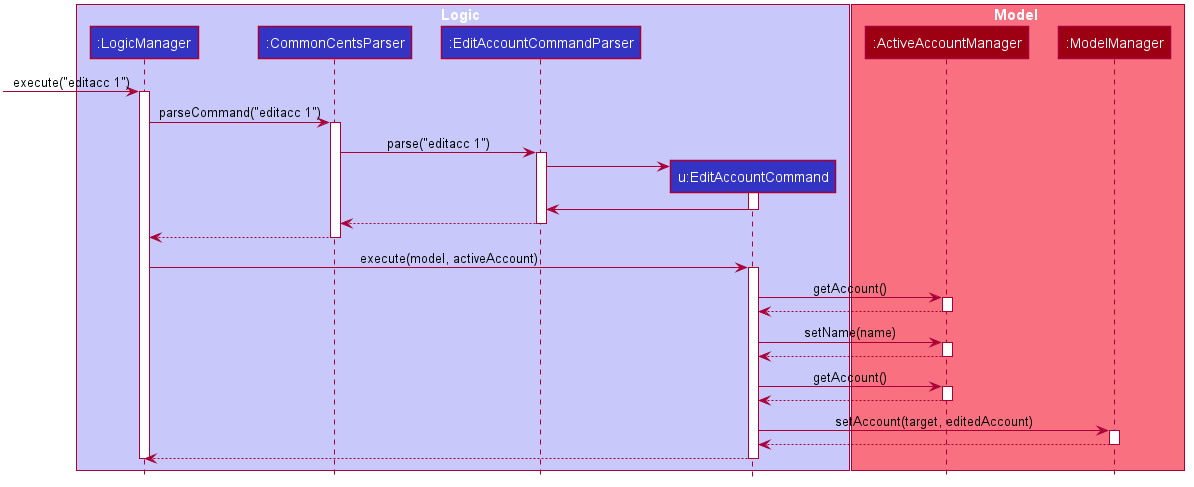
This is docs/images/EditAccountSequenceDiagram.png from nus-cs2103-AY2021S1/tp, a PlantUML export, as it was before one commit.
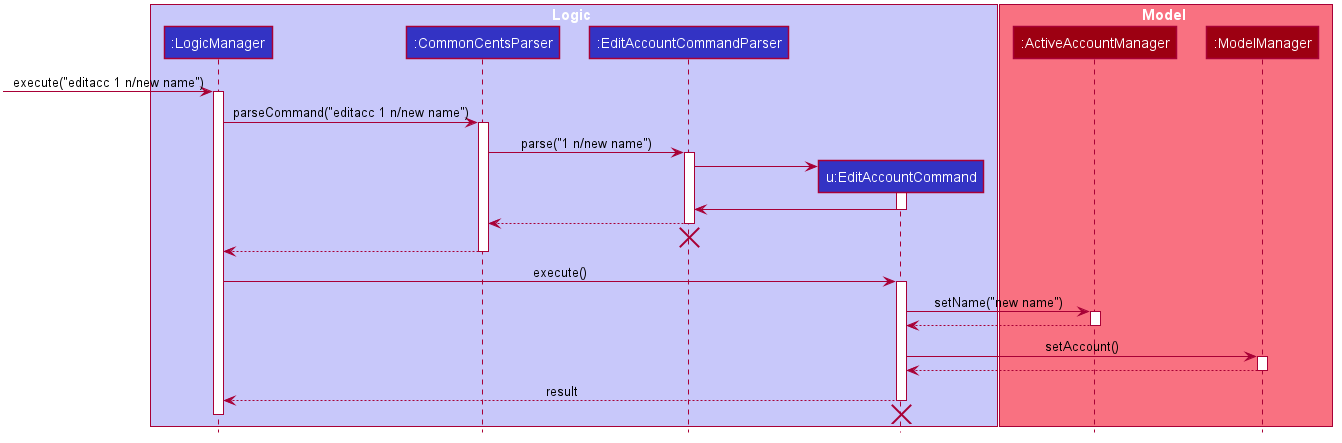
Later version of the same file.

What changed in the source:
```diff
@@ -62,13 +62,13 @@
 participant ":ModelManager" as Model #9D0012
 end box
 
-[-> LogicManager : execute("editacc 1")
+[-> LogicManager : execute("editacc 1 n/new name")
 activate LogicManager
 
-LogicManager -> CommonCentsParser: parseCommand("editacc 1")
+LogicManager -> CommonCentsParser: parseCommand("editacc 1 n/new name")
 activate CommonCentsParser
 
-CommonCentsParser -> EditAccountCommandParser: parse("editacc 1")
+CommonCentsParser -> EditAccountCommandParser: parse("1 n/new name")
 activate EditAccountCommandParser
 
 create EditAccountCommand
@@ -80,39 +80,31 @@
 
 EditAccountCommandParser --> CommonCentsParser
 deactivate EditAccountCommandParser
+EditAccountCommandParser -[hidden]-> CommonCentsParser
+destroy EditAccountCommandParser
 
 CommonCentsParser --> LogicManager
 deactivate CommonCentsParser
 
-LogicManager -> EditAccountCommand: execute(model, activeAccount)
+LogicManager -> EditAccountCommand: execute()
 activate EditAccountCommand
 
-EditAccountCommand -> ActiveAccount: getAccount()
+EditAccountCommand -> ActiveAccount: setName("new name")
 activate ActiveAccount
 
 ActiveAccount --> EditAccountCommand
 deactivate ActiveAccount
 
-EditAccountCommand -> ActiveAccount: setName(name)
-activate ActiveAccount
-
-ActiveAccount --> EditAccountCommand
-deactivate ActiveAccount
-
-EditAccountCommand -> ActiveAccount: getAccount()
-activate ActiveAccount
-
-ActiveAccount --> EditAccountCommand
-deactivate ActiveAccount
-
-EditAccountCommand -> Model: setAccount(target, editedAccount)
+EditAccountCommand -> Model: setAccount()
 activate Model
 
 Model --> EditAccountCommand
 deactivate Model
 
-EditAccountCommand --> LogicManager
+EditAccountCommand --> LogicManager : result
 deactivate EditAccountCommand
+EditAccountCommand -[hidden]-> LogicManager
+destroy EditAccountCommand
 
 deactivate LogicManager
 @enduml
```
